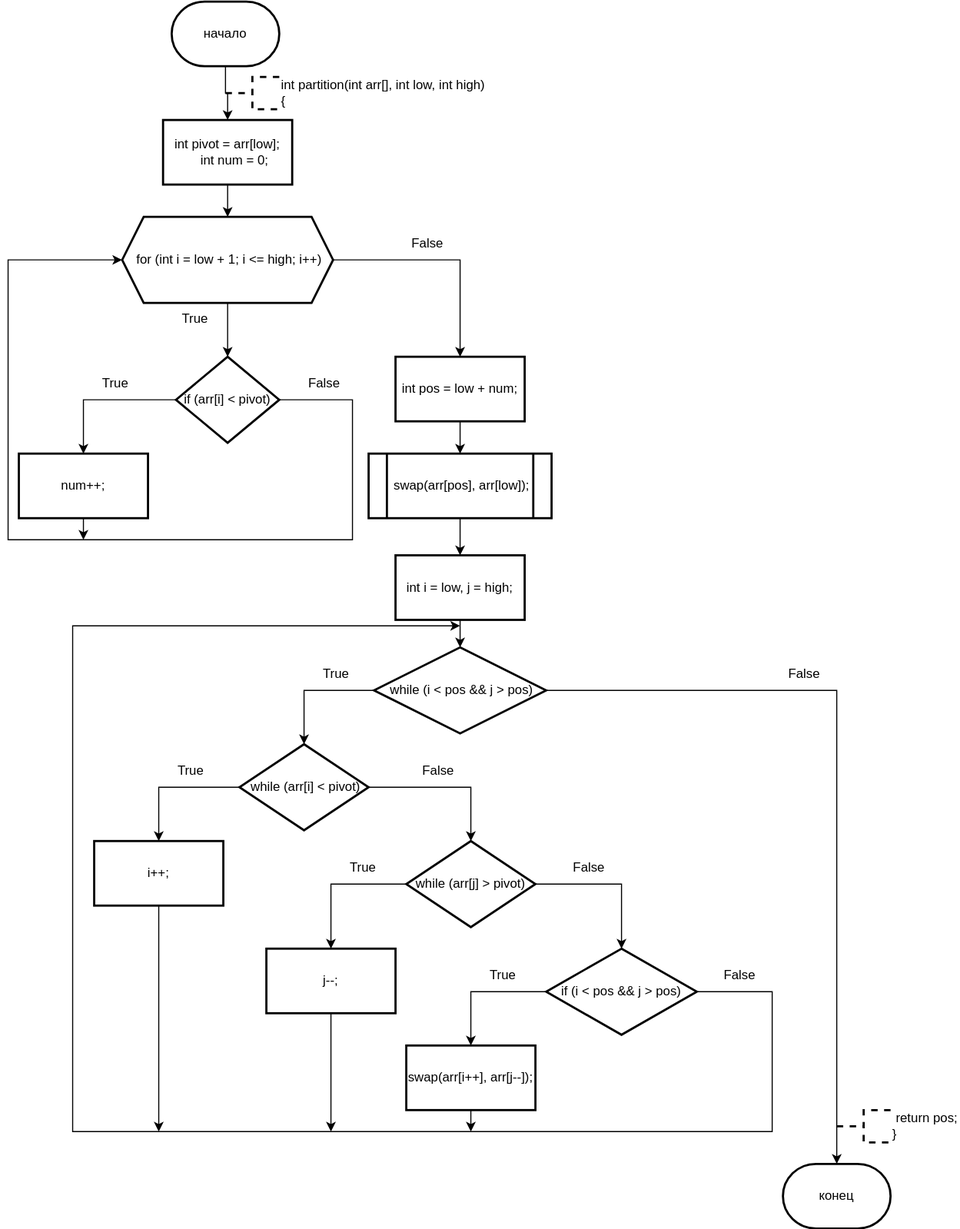
This is Sem_2/Labs/LAB_14/partition.drawio.svg from ksinph/PSTU_LABS_2023, a draw.io export, as it was before one commit. Source tidied: cells renumbered, new cells last; positions are measured from the earlier drawing's top-left corner, leaving out a move shared by most shapes.
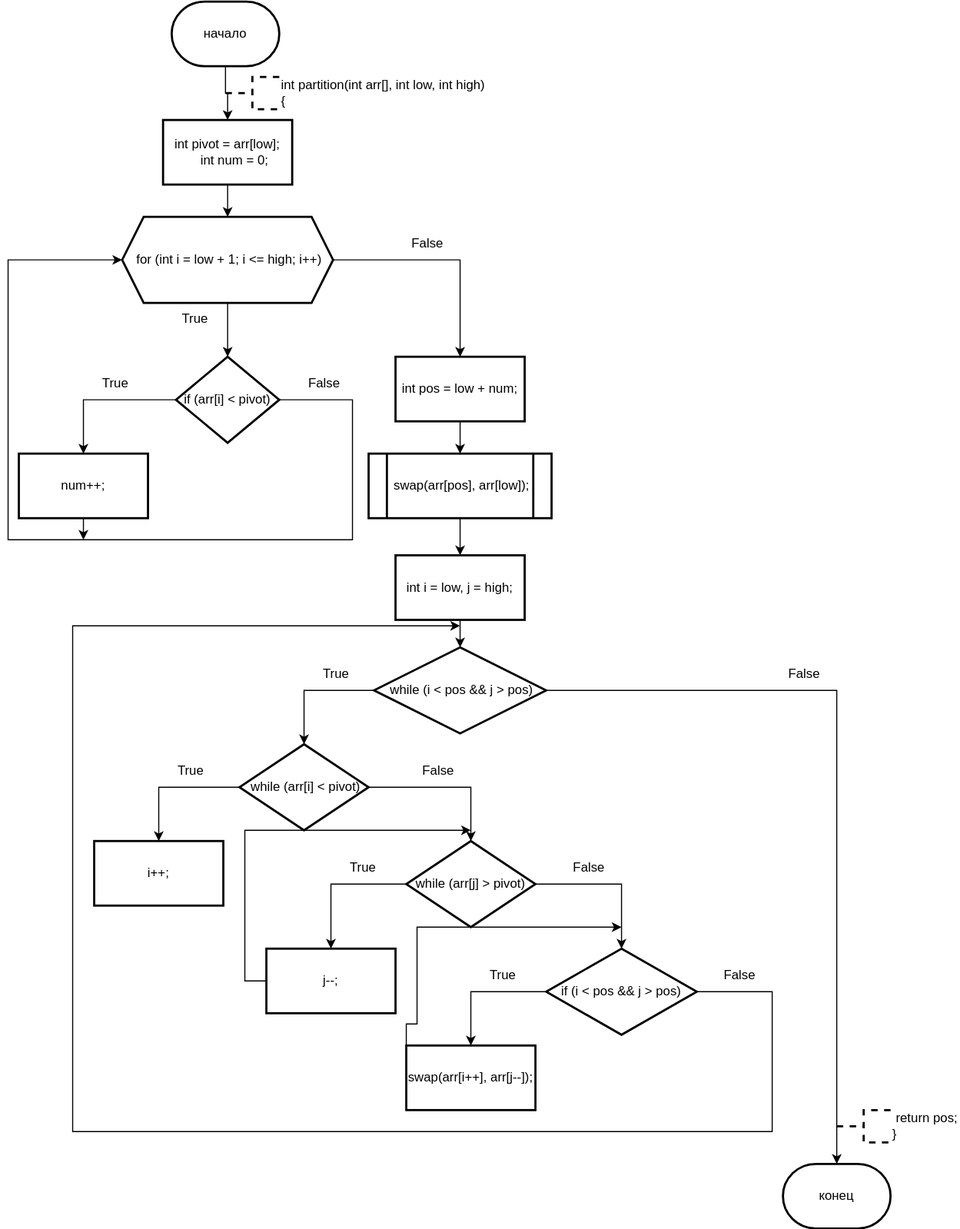
The same diagram one commit later.

Change to the diagram source:
```diff
@@ -80,11 +80,6 @@
     <mxCell id="24" value="&amp;nbsp;while (arr[i] &amp;lt; pivot)" style="rhombus;whiteSpace=wrap;html=1;strokeWidth=2;" parent="1" vertex="1">
       <mxGeometry x="215" y="690" width="120" height="80" as="geometry" />
     </mxCell>
-    <mxCell id="25" style="edgeStyle=orthogonalEdgeStyle;rounded=0;jettySize=auto;html=1;exitX=0.5;exitY=1;exitDx=0;exitDy=0;" parent="1" edge="1" source="26">
-      <mxGeometry relative="1" as="geometry">
-        <mxPoint x="140" y="1050" as="targetPoint" />
-      </mxGeometry>
-    </mxCell>
     <mxCell id="26" value="i++;" style="whiteSpace=wrap;html=1;strokeWidth=2;" parent="1" vertex="1">
       <mxGeometry x="80" y="780" width="120" height="60" as="geometry" />
     </mxCell>
@@ -97,11 +92,16 @@
     <mxCell id="29" value="while (arr[j] &amp;gt; pivot)" style="rhombus;whiteSpace=wrap;html=1;strokeWidth=2;" parent="1" vertex="1">
       <mxGeometry x="370" y="780" width="120" height="80" as="geometry" />
     </mxCell>
-    <mxCell id="30" style="edgeStyle=orthogonalEdgeStyle;rounded=0;jettySize=auto;html=1;exitX=0.5;exitY=1;exitDx=0;exitDy=0;" parent="1" edge="1" source="31">
-      <mxGeometry relative="1" as="geometry">
-        <mxPoint x="300" y="1050" as="targetPoint" />
-      </mxGeometry>
-    </mxCell>
+    <mxCell id="53" style="edgeStyle=orthogonalEdgeStyle;rounded=0;jettySize=auto;html=1;exitX=0;exitY=0.5;exitDx=0;exitDy=0;" parent="1" edge="1" source="31">
+      <mxGeometry relative="1" as="geometry">
+        <mxPoint x="430" y="770" as="targetPoint" />
+        <Array as="points">
+          <mxPoint x="220" y="910" />
+          <mxPoint x="220" y="770" />
+          <mxPoint x="430" y="770" />
+        </Array>
+      </mxGeometry>
+    </mxCell>
     <mxCell id="31" value="j--;" style="whiteSpace=wrap;html=1;strokeWidth=2;" parent="1" vertex="1">
       <mxGeometry x="240" y="880" width="120" height="60" as="geometry" />
     </mxCell>
@@ -122,11 +122,16 @@
     <mxCell id="34" value="if (i &amp;lt; pos &amp;amp;&amp;amp; j &amp;gt; pos)" style="rhombus;whiteSpace=wrap;html=1;strokeWidth=2;" parent="1" vertex="1">
       <mxGeometry x="500" y="880" width="140" height="80" as="geometry" />
     </mxCell>
-    <mxCell id="35" style="edgeStyle=orthogonalEdgeStyle;rounded=0;jettySize=auto;html=1;exitX=0.5;exitY=1;exitDx=0;exitDy=0;" parent="1" edge="1" source="36">
-      <mxGeometry relative="1" as="geometry">
-        <mxPoint x="430" y="1050" as="targetPoint" />
-      </mxGeometry>
-    </mxCell>
+    <mxCell id="54" style="edgeStyle=orthogonalEdgeStyle;rounded=0;jettySize=auto;html=1;exitX=0;exitY=0.5;exitDx=0;exitDy=0;" parent="1" edge="1" source="36">
+      <mxGeometry relative="1" as="geometry">
+        <mxPoint x="570" y="860" as="targetPoint" />
+        <Array as="points">
+          <mxPoint x="370" y="950" />
+          <mxPoint x="380" y="950" />
+          <mxPoint x="380" y="860" />
+        </Array>
+      </mxGeometry>
+    </mxCell>
     <mxCell id="36" value="swap(arr[i++], arr[j--]);" style="whiteSpace=wrap;html=1;strokeWidth=2;" parent="1" vertex="1">
       <mxGeometry x="370" y="970" width="120" height="60" as="geometry" />
     </mxCell>
```
